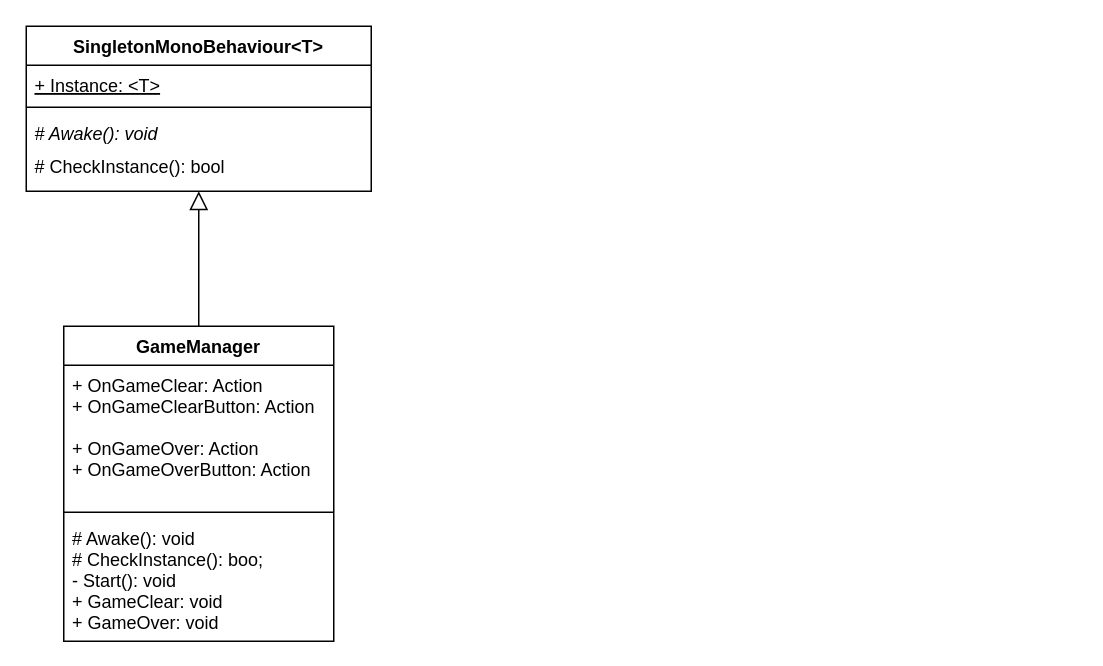
The draw.io diagram Documents/ClassDiagram.drawio in ItoSeiy/CyberAgent-1DayHackathon-MiniProto, before the edit. Source tidied: cells renumbered, new cells numbered last; positions are measured from the earlier drawing's top-left corner, leaving out a move shared by most shapes. Both pictures are drawn from the tidied source at 150%, with x=0, y=0 at pixel (26, 26).
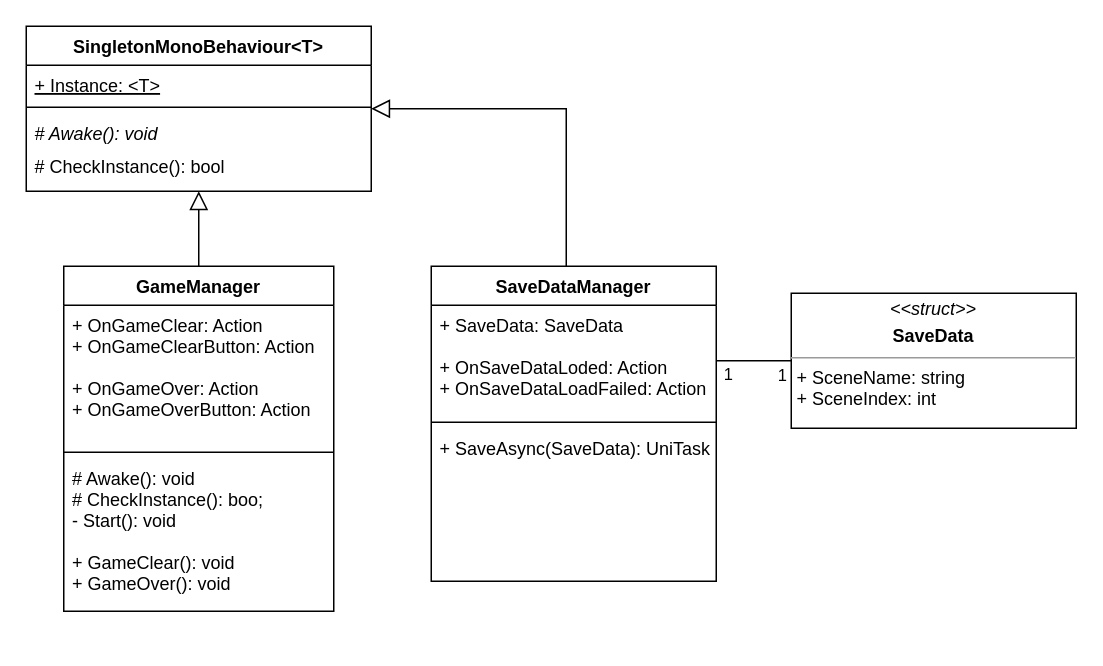
After the change.

Unchanged cells that the change refers to:
```xml
<mxCell id="7" value="SingletonMonoBehaviour&lt;T&gt;" style="swimlane;fontStyle=1;align=center;verticalAlign=middle;horizontal=1;startSize=26;" parent="1" vertex="1">
  <mxGeometry width="230" height="110" as="geometry" />
</mxCell>
```

Diff of the diagram source:
```diff
@@
     <mxCell id="3" value="GameManager" style="swimlane;fontStyle=1;align=center;verticalAlign=top;horizontal=1;startSize=26;" parent="1" vertex="1">
-      <mxGeometry x="25" y="200" width="180" height="210" as="geometry" />
+      <mxGeometry x="25" y="160" width="180" height="230" as="geometry" />
     </mxCell>
@@
-    <mxCell id="6" value="# Awake(): void&#10;# CheckInstance(): boo;&#10;- Start(): void&#10;+ GameClear: void&#10;+ GameOver: void&#10;" style="text;strokeColor=none;fillColor=none;align=left;verticalAlign=top;spacingLeft=4;spacingRight=4;overflow=hidden;" parent="3" vertex="1">
-      <mxGeometry y="128" width="180" height="82" as="geometry" />
+    <mxCell id="6" value="# Awake(): void&#10;# CheckInstance(): boo;&#10;- Start(): void&#10;&#10;+ GameClear(): void&#10;+ GameOver(): void&#10;" style="text;strokeColor=none;fillColor=none;align=left;verticalAlign=top;spacingLeft=4;spacingRight=4;overflow=hidden;" parent="3" vertex="1">
+      <mxGeometry y="128" width="180" height="102" as="geometry" />
     </mxCell>
@@
+    <mxCell id="12" style="edgeStyle=orthogonalEdgeStyle;rounded=0;jettySize=auto;html=1;strokeWidth=1;startArrow=none;startFill=0;endArrow=block;endFill=0;startSize=12;endSize=10;sourcePerimeterSpacing=0;targetPerimeterSpacing=0;" parent="1" edge="1" source="13" target="7">
+      <mxGeometry relative="1" as="geometry">
+        <Array as="points">
+          <mxPoint x="360" y="55" />
+        </Array>
+      </mxGeometry>
+    </mxCell>
+    <mxCell id="13" value="SaveDataManager" style="swimlane;fontStyle=1;align=center;verticalAlign=top;horizontal=1;startSize=26;" parent="1" vertex="1">
+      <mxGeometry x="270" y="160" width="190" height="210" as="geometry" />
+    </mxCell>
+    <mxCell id="14" value="+ SaveData: SaveData&#10;&#10;+ OnSaveDataLoded: Action&#10;+ OnSaveDataLoadFailed: Action" style="text;strokeColor=none;fillColor=none;align=left;verticalAlign=top;spacingLeft=4;spacingRight=4;overflow=hidden;points=[[0,0.5],[1,0.5]];portConstraint=eastwest;" parent="13" vertex="1">
+      <mxGeometry y="26" width="190" height="74" as="geometry" />
+    </mxCell>
+    <mxCell id="15" style="line;strokeWidth=1;fillColor=none;align=left;verticalAlign=middle;spacingTop=-1;spacingLeft=3;spacingRight=3;labelPosition=right;strokeColor=inherit;" parent="13" vertex="1">
+      <mxGeometry y="100" width="190" height="8" as="geometry" />
+    </mxCell>
+    <mxCell id="16" value="+ SaveAsync(SaveData): UniTask" style="text;strokeColor=none;fillColor=none;align=left;verticalAlign=top;spacingLeft=4;spacingRight=4;overflow=hidden;" parent="13" vertex="1">
+      <mxGeometry y="108" width="190" height="102" as="geometry" />
+    </mxCell>
+    <mxCell id="17" value="&lt;p style=&quot;margin:0px;margin-top:4px;text-align:center;&quot;&gt;&lt;i&gt;&amp;lt;&amp;lt;&lt;/i&gt;&lt;span style=&quot;background-color: initial;&quot;&gt;&lt;i&gt;struct&lt;/i&gt;&lt;/span&gt;&lt;i style=&quot;background-color: initial;&quot;&gt;&amp;gt;&amp;gt;&lt;/i&gt;&lt;/p&gt;&lt;p style=&quot;margin:0px;margin-top:4px;text-align:center;&quot;&gt;&lt;b&gt;SaveData&lt;/b&gt;&lt;/p&gt;&lt;hr size=&quot;1&quot;&gt;&lt;p style=&quot;margin:0px;margin-left:4px;&quot;&gt;+ SceneName: string&lt;br&gt;+ SceneIndex: int&lt;/p&gt;&lt;p style=&quot;margin:0px;margin-left:4px;&quot;&gt;&lt;br&gt;&lt;/p&gt;" style="verticalAlign=top;align=left;overflow=fill;fontSize=12;fontFamily=Helvetica;html=1;labelBackgroundColor=none;" parent="1" vertex="1">
+      <mxGeometry x="510" y="178" width="190" height="90" as="geometry" />
+    </mxCell>
+    <mxCell id="18" style="edgeStyle=none;rounded=0;jettySize=auto;html=1;strokeWidth=1;fontSize=11;startArrow=none;startFill=0;endArrow=none;endFill=0;startSize=3;endSize=10;sourcePerimeterSpacing=0;targetPerimeterSpacing=0;" parent="1" edge="1" source="14" target="17">
+      <mxGeometry relative="1" as="geometry" />
+    </mxCell>
+    <mxCell id="19" value="1" style="edgeLabel;html=1;align=center;verticalAlign=middle;fontSize=11;spacingBottom=-16;" parent="18" vertex="1">
+      <mxGeometry x="-0.43" relative="1" as="geometry">
+        <mxPoint x="-7" as="offset" />
+      </mxGeometry>
+    </mxCell>
+    <mxCell id="20" value="1" style="edgeLabel;html=1;align=center;verticalAlign=middle;fontSize=11;spacingBottom=-16;" parent="18" vertex="1">
+      <mxGeometry x="0.7" y="-1" relative="1" as="geometry" />
+    </mxCell>
```
